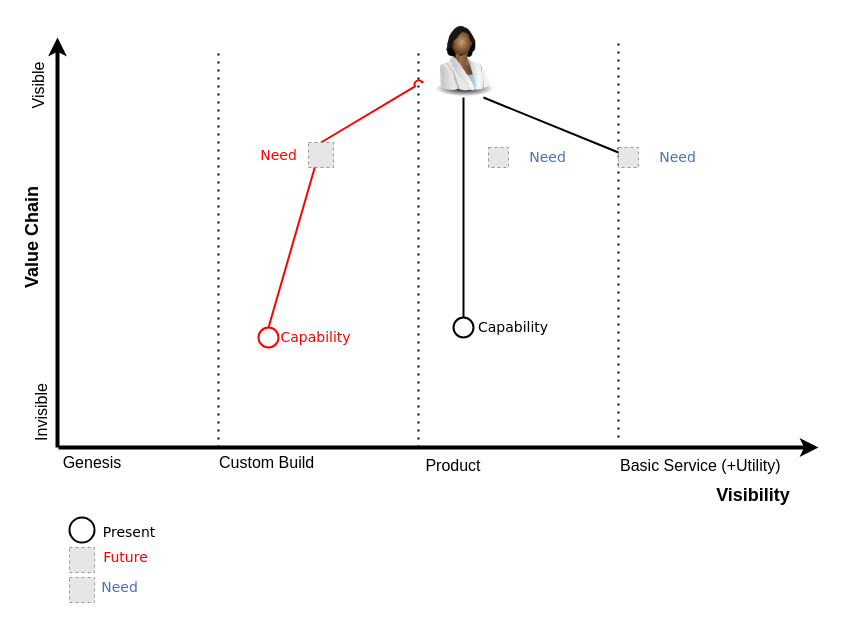
Above: Wardley-Map-Template-v0.0.1.drawio in joapen/WardleyMapsforBusiness (draw.io), before the change. Source tidied: cells renumbered, new cells numbered last; positions are measured from the earlier drawing's top-left corner, leaving out a move shared by most shapes. Both pictures are drawn from the tidied source at 100%, with x=0, y=0 at pixel (-23, 17). Pictures stored in the file or linked from it are replaced by grey dashed boxes.
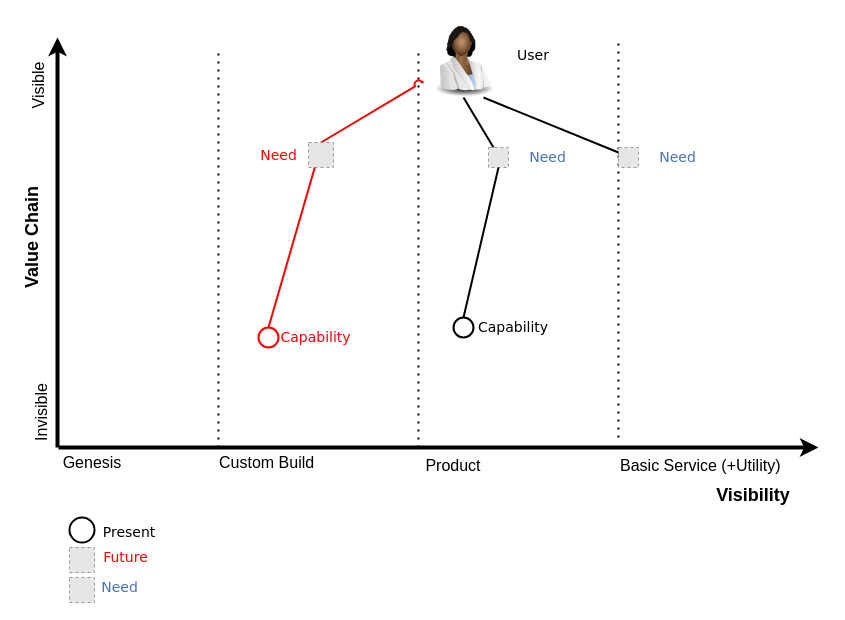
The same diagram, later.

The change refers to these unchanged cells:
```xml
<mxCell id="11" style="image;html=1;image=img/lib/clip_art/people/Scientist_Woman_Black_128x128.png;" parent="1" vertex="1">
  <mxGeometry x="446" width="80" height="80" as="geometry" />
</mxCell>
<mxCell id="16" style="ellipse;whiteSpace=wrap;html=1;fontFamily=Verdana;fontSize=18;strokeWidth=2;" parent="1" vertex="1">
  <mxGeometry x="476" y="300" width="20" height="20" as="geometry" />
</mxCell>
<mxCell id="32" style="fillColor=#E6E6E6;strokeColor=#999999;dashed=1;verticalLabelPosition=bottom;labelBackgroundColor=default;verticalAlign=top;" parent="1" vertex="1">
  <mxGeometry x="511" y="130" width="20" height="20" as="geometry" />
</mxCell>
```

Change to the diagram source:
```diff
@@
-    <mxCell id="17" style="endArrow=none;html=1;rounded=0;strokeWidth=2;fontFamily=Verdana;fontSize=18;jumpStyle=arc;entryX=0.5;entryY=1;entryDx=0;entryDy=0;exitX=0.5;exitY=0;exitDx=0;exitDy=0;" parent="1" edge="1" source="16" target="11">
+    <mxCell id="17" style="endArrow=none;html=1;rounded=0;strokeWidth=2;fontFamily=Verdana;fontSize=18;jumpStyle=arc;entryX=0.5;entryY=1;entryDx=0;entryDy=0;exitX=0.25;exitY=0;exitDx=0;exitDy=0;" parent="1" edge="1" source="32" target="11">
       <mxGeometry relative="1" as="geometry" />
     </mxCell>
@@
+    <mxCell id="36" style="endArrow=none;html=1;rounded=0;strokeWidth=2;fontFamily=Verdana;fontSize=18;jumpStyle=arc;entryX=0.5;entryY=1;entryDx=0;entryDy=0;exitX=0.5;exitY=0;exitDx=0;exitDy=0;" parent="1" edge="1" source="16" target="32">
+      <mxGeometry relative="1" as="geometry" />
+    </mxCell>
+    <mxCell id="37" value="User" style="text;html=1;strokeColor=none;fillColor=none;align=center;verticalAlign=middle;whiteSpace=wrap;rounded=0;fontFamily=Verdana;fontSize=14;" parent="1" vertex="1">
+      <mxGeometry x="526" y="23" width="60" height="30" as="geometry" />
+    </mxCell>
```
